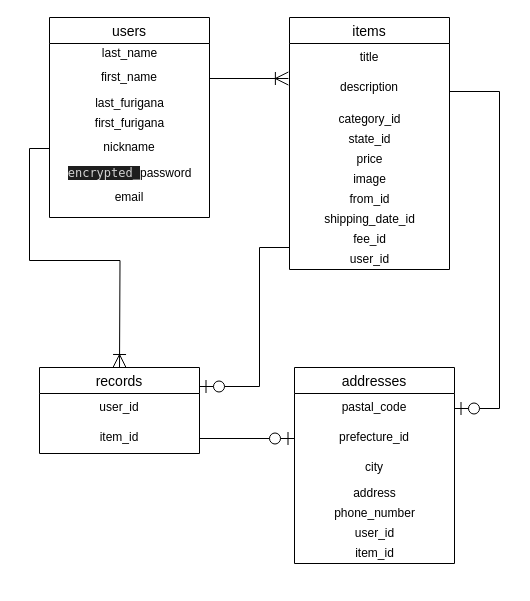
Earlier version of the draw.io diagram er.dio (kokou2727/furima-34396). Source tidied: cells renumbered, new cells numbered last; positions are measured from the earlier drawing's top-left corner, leaving out a move shared by most shapes. Both pictures are drawn from the tidied source at 100%, with x=0, y=0 at pixel (39, 17).
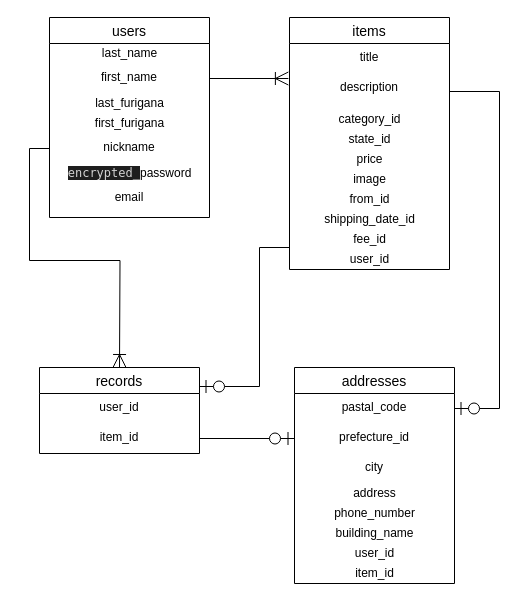
The same diagram, later.

What changed in the source:
```diff
@@
     <mxCell id="16" value="addresses" style="swimlane;fontStyle=0;horizontal=1;startSize=26;align=center;fontSize=14;" parent="1" vertex="1">
-      <mxGeometry x="255" y="350" width="160" height="196" as="geometry" />
+      <mxGeometry x="255" y="350" width="160" height="216" as="geometry" />
     </mxCell>
@@
+    <mxCell id="37" value="building_name" style="text;html=1;align=center;verticalAlign=middle;fillColor=none;strokeColor=none;rounded=0;" parent="16" vertex="1">
+      <mxGeometry y="156" width="160" height="20" as="geometry" />
+    </mxCell>
     <mxCell id="22" value="user_id" style="text;html=1;align=center;verticalAlign=middle;fillColor=none;strokeColor=none;rounded=0;" parent="16" vertex="1">
-      <mxGeometry y="156" width="160" height="20" as="geometry" />
+      <mxGeometry y="176" width="160" height="20" as="geometry" />
     </mxCell>
     <mxCell id="23" value="item_id" style="text;html=1;align=center;verticalAlign=middle;fillColor=none;strokeColor=none;rounded=0;" parent="16" vertex="1">
-      <mxGeometry y="176" width="160" height="20" as="geometry" />
+      <mxGeometry y="196" width="160" height="20" as="geometry" />
     </mxCell>
```
